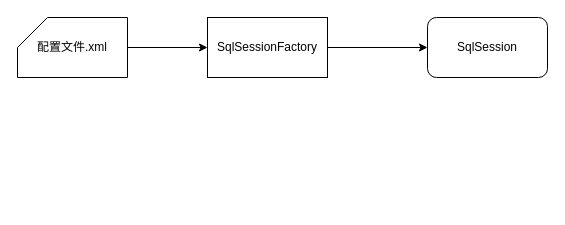
Before: mybatis.drawio in bluefantasy2014/draw.io, a draw.io diagram. Source tidied: cells renumbered, new cells numbered last; positions are measured from the earlier drawing's top-left corner, leaving out a move shared by most shapes. Both pictures are drawn from the tidied source at 100%, with x=0, y=0 at pixel (17, 17).
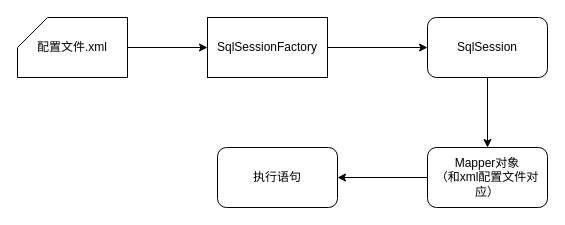
Above is the later version.

What changed in the source:
```diff
@@
 <mxGraphModel>
   <root>
     <mxCell id="0" />
     <mxCell id="1" parent="0" />
     <mxCell id="2" style="edgeStyle=orthogonalEdgeStyle;rounded=0;jettySize=auto;html=1;exitX=1;exitY=0.5;exitDx=0;exitDy=0;entryX=0;entryY=0.5;entryDx=0;entryDy=0;" parent="1" edge="1" source="3" target="6">
       <mxGeometry relative="1" as="geometry" />
     </mxCell>
     <mxCell id="3" value="SqlSessionFactory" style="rounded=0;whiteSpace=wrap;html=1;" parent="1" vertex="1">
       <mxGeometry x="190" width="120" height="60" as="geometry" />
     </mxCell>
     <mxCell id="4" style="edgeStyle=orthogonalEdgeStyle;rounded=0;jettySize=auto;html=1;exitX=1;exitY=0.5;exitDx=0;exitDy=0;exitPerimeter=0;entryX=0;entryY=0.5;entryDx=0;entryDy=0;" parent="1" edge="1" source="5" target="3">
       <mxGeometry relative="1" as="geometry" />
     </mxCell>
     <mxCell id="5" value="配置文件.xml" style="shape=card;whiteSpace=wrap;html=1;" parent="1" vertex="1">
       <mxGeometry width="110" height="60" as="geometry" />
     </mxCell>
+    <mxCell id="7" style="edgeStyle=orthogonalEdgeStyle;rounded=0;jettySize=auto;html=1;exitX=0.5;exitY=1;exitDx=0;exitDy=0;" parent="1" edge="1" source="6" target="9">
+      <mxGeometry relative="1" as="geometry" />
+    </mxCell>
     <mxCell id="6" value="SqlSession&lt;br&gt;" style="rounded=1;whiteSpace=wrap;html=1;" parent="1" vertex="1">
       <mxGeometry x="410" width="120" height="60" as="geometry" />
     </mxCell>
+    <mxCell id="8" style="edgeStyle=orthogonalEdgeStyle;rounded=0;jettySize=auto;html=1;exitX=0;exitY=0.5;exitDx=0;exitDy=0;entryX=1;entryY=0.5;entryDx=0;entryDy=0;" parent="1" edge="1" source="9" target="10">
+      <mxGeometry relative="1" as="geometry" />
+    </mxCell>
+    <mxCell id="9" value="Mapper对象&lt;br&gt;（和xml配置文件对应）&lt;br&gt;" style="rounded=1;whiteSpace=wrap;html=1;" parent="1" vertex="1">
+      <mxGeometry x="410" y="130" width="120" height="60" as="geometry" />
+    </mxCell>
+    <mxCell id="10" value="执行语句" style="rounded=1;whiteSpace=wrap;html=1;" parent="1" vertex="1">
+      <mxGeometry x="200" y="130" width="120" height="60" as="geometry" />
+    </mxCell>
   </root>
 </mxGraphModel>
```
